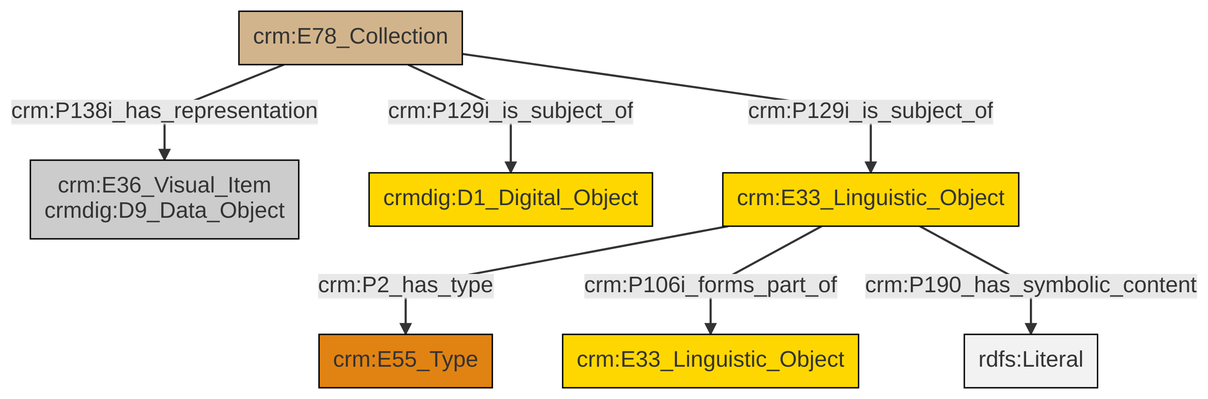
swiss-art-research-net/docs.swissartresearch keeps this Mermaid diagram as et/archivalCSV/ttl/mmd/png/archival_docs.png. Above is the earlier version. Its source is kept beside it as et/archivalCSV/ttl/mmd/archival_docs.ttl.mmd.
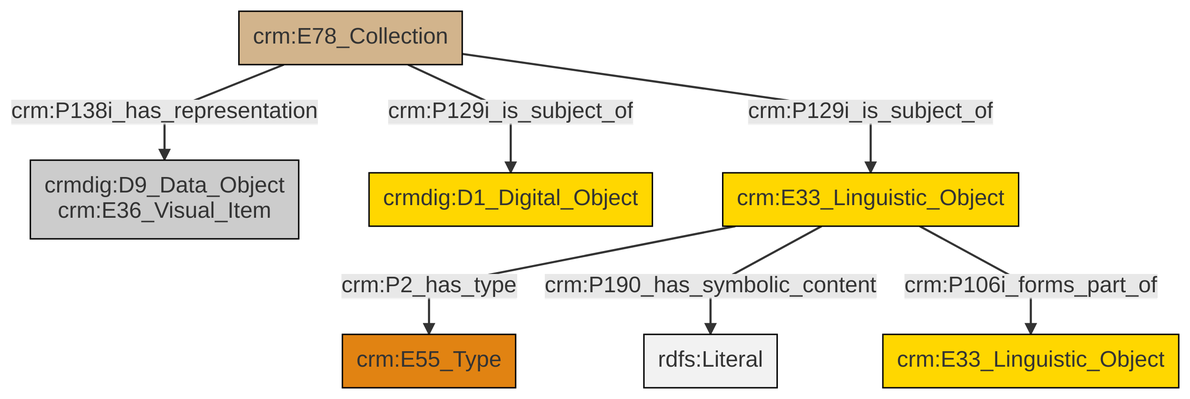
After the commit.

The edit, as a diff of the source:
```diff
@@ -13,9 +13,9 @@
 classDef PC_Classes fill:#4ce600, stroke:#000000;
 classDef Multi fill:#cccccc,stroke:#000000;
 
-3["crm:E78_Collection"]:::Physical_Thing -->|crm:P129i_is_subject_of| 5["crmdig:D1_Digital_Object"]:::Conceptual_Object
-3["crm:E78_Collection"]:::Physical_Thing -->|crm:P129i_is_subject_of| 8["crm:E33_Linguistic_Object"]:::Conceptual_Object
-8["crm:E33_Linguistic_Object"]:::Conceptual_Object -->|crm:P2_has_type| 6["crm:E55_Type"]:::Type
-3["crm:E78_Collection"]:::Physical_Thing -->|crm:P138i_has_representation| 0["crm:E36_Visual_Item<br>crmdig:D9_Data_Object"]:::Multi
-8["crm:E33_Linguistic_Object"]:::Conceptual_Object -->|crm:P106i_forms_part_of| 10["crm:E33_Linguistic_Object"]:::Conceptual_Object
-8["crm:E33_Linguistic_Object"]:::Conceptual_Object -->|crm:P190_has_symbolic_content| 14[rdfs:Literal]:::Literal
+0["crm:E78_Collection"]:::Physical_Thing -->|crm:P138i_has_representation| 2["crmdig:D9_Data_Object<br>crm:E36_Visual_Item"]:::Multi
+5["crm:E33_Linguistic_Object"]:::Conceptual_Object -->|crm:P2_has_type| 6["crm:E55_Type"]:::Type
+5["crm:E33_Linguistic_Object"]:::Conceptual_Object -->|crm:P190_has_symbolic_content| 10[rdfs:Literal]:::Literal
+0["crm:E78_Collection"]:::Physical_Thing -->|crm:P129i_is_subject_of| 5["crm:E33_Linguistic_Object"]:::Conceptual_Object
+5["crm:E33_Linguistic_Object"]:::Conceptual_Object -->|crm:P106i_forms_part_of| 7["crm:E33_Linguistic_Object"]:::Conceptual_Object
+0["crm:E78_Collection"]:::Physical_Thing -->|crm:P129i_is_subject_of| 3["crmdig:D1_Digital_Object"]:::Conceptual_Object
```
